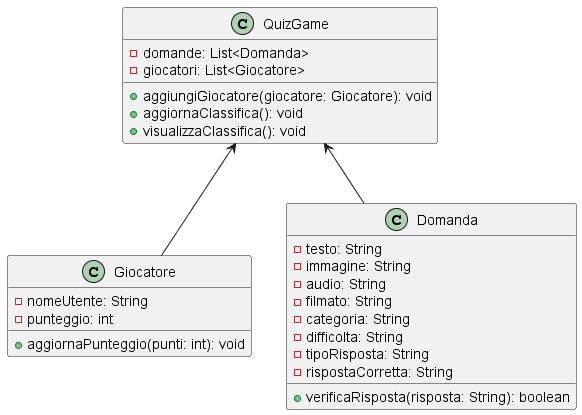
Earlier version of the PlantUML export 7_Allegati/DiagrammaClassi/DiagrammaClassi.png (AndreaCasamatta1/Progetto-QuizGame).
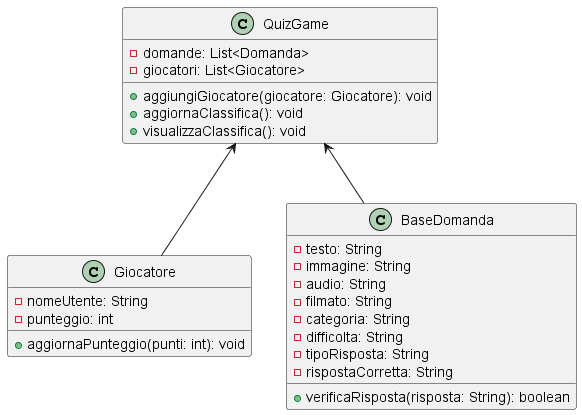
The same diagram one commit later.

The edit, as a diff of the source:
```diff
@@ -5,7 +5,7 @@
   + aggiornaPunteggio(punti: int): void
 }
 
-class Domanda {
+class BaseDomanda {
   - testo: String
   - immagine: String
   - audio: String
@@ -26,7 +26,7 @@
 }
 
 Giocatore-u->QuizGame
-Domanda-u->QuizGame
+BaseDomanda-u->QuizGame
 
 
 @enduml
```
